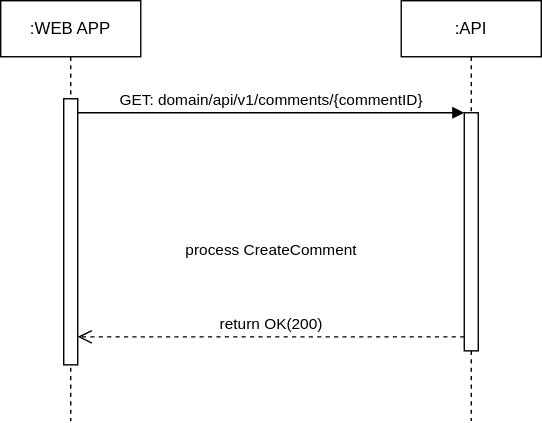
Earlier version of the draw.io export image/systemdiagram_sequenzdiagram/GetCommentByID.svg (StudyConnect-ZHAW/StudyConnect). Source tidied: cells renumbered, new cells last; positions are measured from the earlier drawing's top-left corner, leaving out a move shared by most shapes.
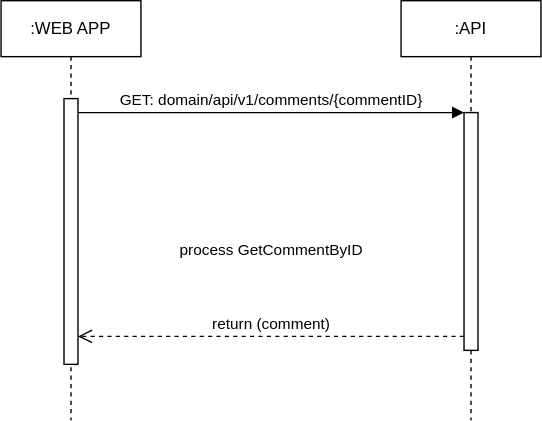
The same file after the commit.

What changed in the source:
```diff
@@ -21,7 +21,7 @@
         </Array>
       </mxGeometry>
     </mxCell>
-    <mxCell id="7" value="&lt;div&gt;process CreateComment&lt;/div&gt;&lt;div&gt;&lt;br&gt;&lt;/div&gt;&lt;div&gt;&lt;br&gt;&lt;/div&gt;&lt;div&gt;&lt;br&gt;&lt;/div&gt;return OK(200)" style="html=1;verticalAlign=bottom;endArrow=open;dashed=1;endSize=8;edgeStyle=elbowEdgeStyle;elbow=vertical;curved=0;rounded=0;" parent="1" edge="1" source="5" target="3">
+    <mxCell id="7" value="&lt;div&gt;process GetCommentByID&lt;/div&gt;&lt;div&gt;&lt;br&gt;&lt;/div&gt;&lt;div&gt;&lt;br&gt;&lt;/div&gt;&lt;div&gt;&lt;br&gt;&lt;/div&gt;return (comment)" style="html=1;verticalAlign=bottom;endArrow=open;dashed=1;endSize=8;edgeStyle=elbowEdgeStyle;elbow=vertical;curved=0;rounded=0;" parent="1" edge="1" source="5" target="3">
       <mxGeometry relative="1" as="geometry">
         <Array as="points">
           <mxPoint x="151" y="240" />
```
